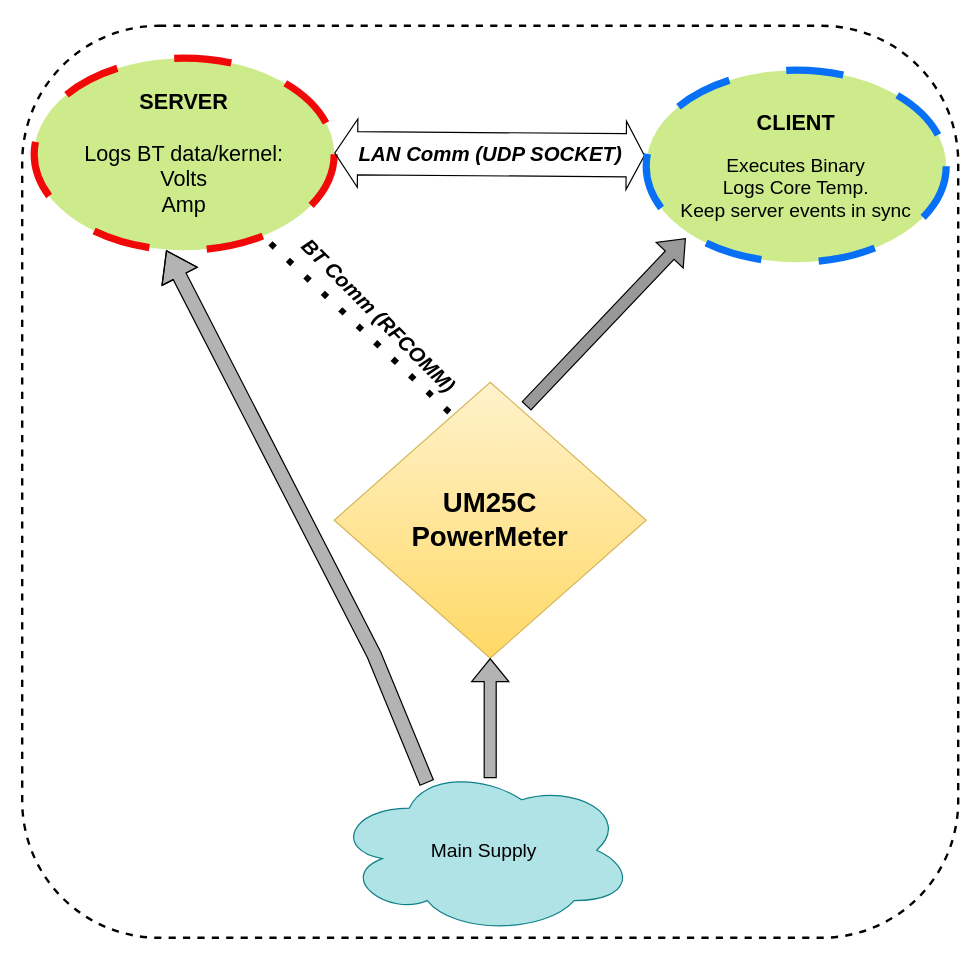
The draw.io diagram MTP_1/server&client_comm.drawio in ShikharJain97/MTP, before the edit. Source tidied: cells renumbered, new cells numbered last; positions are measured from the earlier drawing's top-left corner, leaving out a move shared by most shapes. Both pictures are drawn from the tidied source at 120%, with x=0, y=0 at pixel (22, 25).
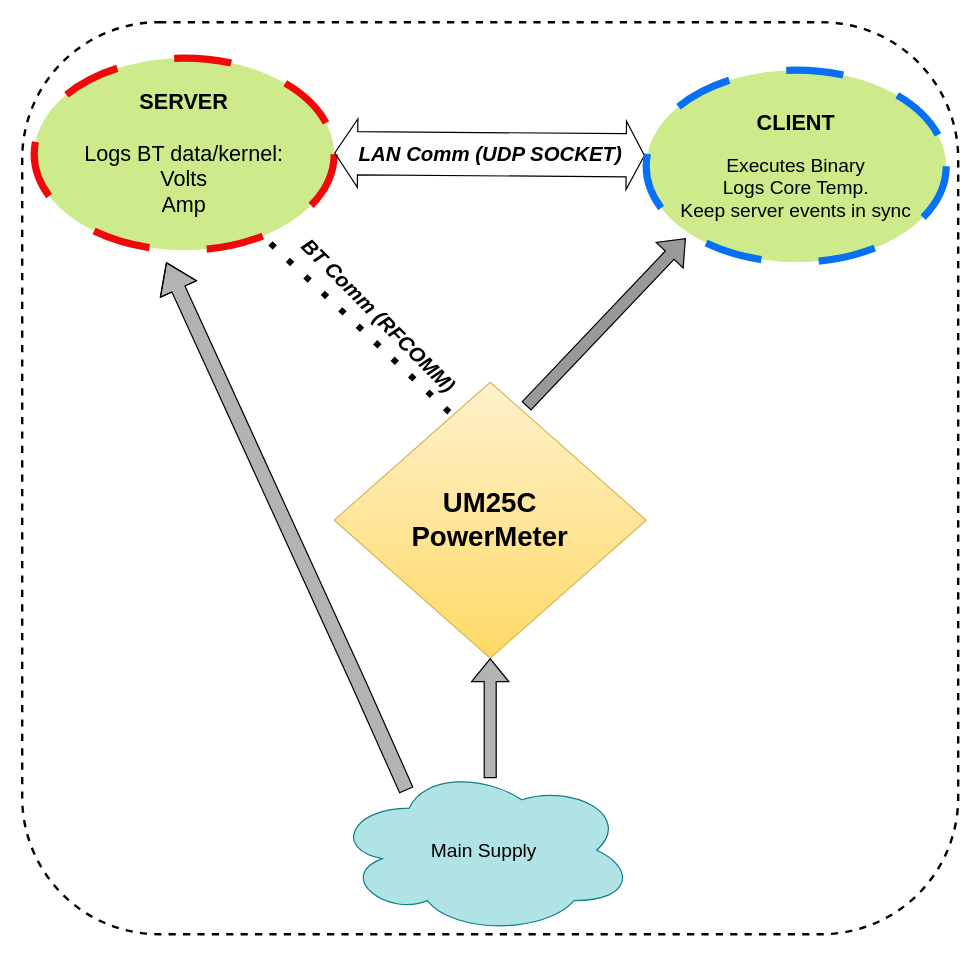
The same diagram, later.

What changed in the source:
```diff
@@
 <mxGraphModel>
   <root>
     <mxCell id="0" />
     <mxCell id="1" parent="0" />
     <mxCell id="2" value="&lt;font style=&quot;font-size: 18px;&quot;&gt;&lt;b&gt;SERVER&lt;/b&gt;&lt;br&gt;&lt;br&gt;Logs BT data/kernel:&lt;br&gt;Volts&lt;br&gt;Amp&lt;/font&gt;" style="ellipse;whiteSpace=wrap;html=1;fillColor=#cdeb8b;strokeColor=#f10909;strokeWidth=6;dashed=1;dashPattern=8 8;" parent="1" vertex="1">
       <mxGeometry x="10" y="27" width="250" height="160" as="geometry" />
     </mxCell>
     <mxCell id="3" value="&lt;font style=&quot;font-size: 23px;&quot;&gt;&lt;b&gt;UM25C&lt;br&gt;PowerMeter&lt;/b&gt;&lt;/font&gt;" style="rhombus;whiteSpace=wrap;html=1;fillColor=#fff2cc;strokeColor=#d6b656;gradientColor=#ffd966;" parent="1" vertex="1">
       <mxGeometry x="260" y="297" width="260" height="230" as="geometry" />
     </mxCell>
     <mxCell id="4" style="shape=flexArrow;endArrow=classic;html=1;rounded=0;entryX=0.287;entryY=0.973;entryDx=0;entryDy=0;entryPerimeter=0;fillColor=#999999;" parent="1" edge="1">
       <mxGeometry relative="1" as="geometry">
         <mxPoint x="420" y="317" as="sourcePoint" />
         <mxPoint x="553" y="177" as="targetPoint" />
       </mxGeometry>
     </mxCell>
     <mxCell id="5" value="&lt;font style=&quot;font-size: 16px;&quot;&gt;Main Supply&lt;/font&gt;" style="ellipse;shape=cloud;whiteSpace=wrap;html=1;fillColor=#b0e3e6;strokeColor=#0e8088;" parent="1" vertex="1">
       <mxGeometry x="260" y="617" width="250" height="140" as="geometry" />
     </mxCell>
-    <mxCell id="6" style="shape=flexArrow;endArrow=classic;html=1;rounded=0;exitX=0.309;exitY=0.1;exitDx=0;exitDy=0;exitPerimeter=0;width=12;endSize=7.67;entryX=0.44;entryY=1;entryDx=0;entryDy=0;entryPerimeter=0;fillColor=#B3B3B3;" parent="1" edge="1" source="5" target="2">
+    <mxCell id="6" style="shape=flexArrow;endArrow=classic;html=1;rounded=0;width=12;endSize=7.67;entryX=0.44;entryY=1;entryDx=0;entryDy=0;entryPerimeter=0;fillColor=#B3B3B3;" parent="1" edge="1">
       <mxGeometry relative="1" as="geometry">
+        <mxPoint x="320.2" y="637.2" as="sourcePoint" />
+        <mxPoint x="120" y="197" as="targetPoint" />
         <Array as="points">
-          <mxPoint x="293.2" y="524.1" />
+          <mxPoint x="320" y="637" />
+          <mxPoint x="280" y="547" />
         </Array>
       </mxGeometry>
     </mxCell>
     <mxCell id="7" style="endArrow=none;dashed=1;html=1;dashPattern=1 3;strokeWidth=5;rounded=0;entryX=0.787;entryY=0.964;entryDx=0;entryDy=0;entryPerimeter=0;exitX=0.369;exitY=0.109;exitDx=0;exitDy=0;exitPerimeter=0;" parent="1" edge="1" source="3" target="2">
       <mxGeometry relative="1" as="geometry" />
     </mxCell>
     <mxCell id="8" value="BT Comm (RFCOMM)" style="edgeLabel;html=1;align=center;verticalAlign=middle;rotation=45;fontSize=17;fontStyle=3;" parent="7" vertex="1">
       <mxGeometry x="0.22" y="6" relative="1" as="geometry">
         <mxPoint x="35" y="1" as="offset" />
       </mxGeometry>
     </mxCell>
     <mxCell id="9" style="shape=flexArrow;endArrow=classic;startArrow=classic;html=1;rounded=0;entryX=-0.004;entryY=0.444;entryDx=0;entryDy=0;entryPerimeter=0;exitX=0.987;exitY=0.382;exitDx=0;exitDy=0;exitPerimeter=0;width=36;endSize=4.71;" parent="1" edge="1" target="12">
       <mxGeometry relative="1" as="geometry">
         <mxPoint x="260" y="106" as="sourcePoint" />
       </mxGeometry>
     </mxCell>
     <mxCell id="10" value="LAN Comm (UDP SOCKET)" style="edgeLabel;html=1;align=center;verticalAlign=middle;fontSize=17;fontStyle=3;" parent="9" vertex="1">
       <mxGeometry x="-0.58" y="-2" relative="1" as="geometry">
         <mxPoint x="76" y="-1" as="offset" />
       </mxGeometry>
     </mxCell>
     <mxCell id="11" style="rounded=1;whiteSpace=wrap;html=1;fillColor=none;dashed=1;strokeWidth=2;" parent="1" vertex="1">
-      <mxGeometry width="780" height="760" as="geometry" />
+      <mxGeometry y="-3" width="780" height="760" as="geometry" />
     </mxCell>
     <mxCell id="12" value="&lt;font style=&quot;&quot;&gt;&lt;b style=&quot;&quot;&gt;&lt;font style=&quot;font-size: 18px;&quot;&gt;CLIENT&lt;/font&gt;&lt;/b&gt;&lt;br style=&quot;border-color: var(--border-color);&quot;&gt;&lt;br style=&quot;border-color: var(--border-color);&quot;&gt;&lt;/font&gt;&lt;div style=&quot;border-color: var(--border-color); font-size: 16px;&quot;&gt;&lt;font style=&quot;font-size: 16px;&quot;&gt;Executes Binary&lt;/font&gt;&lt;/div&gt;&lt;div style=&quot;border-color: var(--border-color); font-size: 16px;&quot;&gt;&lt;span style=&quot;border-color: var(--border-color); background-color: initial;&quot;&gt;&lt;font style=&quot;font-size: 16px;&quot;&gt;Logs Core Temp.&lt;/font&gt;&lt;/span&gt;&lt;/div&gt;&lt;div style=&quot;border-color: var(--border-color); font-size: 16px;&quot;&gt;&lt;span style=&quot;border-color: var(--border-color); background-color: initial;&quot;&gt;&lt;font style=&quot;font-size: 16px;&quot;&gt;Keep server events in sync&lt;/font&gt;&lt;/span&gt;&lt;/div&gt;" style="ellipse;whiteSpace=wrap;html=1;fillColor=#cdeb8b;strokeColor=#0870f7;strokeWidth=6;dashed=1;dashPattern=8 8;" parent="1" vertex="1">
       <mxGeometry x="520" y="37" width="250" height="160" as="geometry" />
     </mxCell>
     <mxCell id="13" style="shape=flexArrow;endArrow=classic;html=1;rounded=0;entryX=0.5;entryY=1;entryDx=0;entryDy=0;fillColor=#B3B3B3;" parent="1" edge="1" target="3">
       <mxGeometry relative="1" as="geometry">
         <mxPoint x="390" y="627" as="sourcePoint" />
       </mxGeometry>
     </mxCell>
   </root>
 </mxGraphModel>
```
